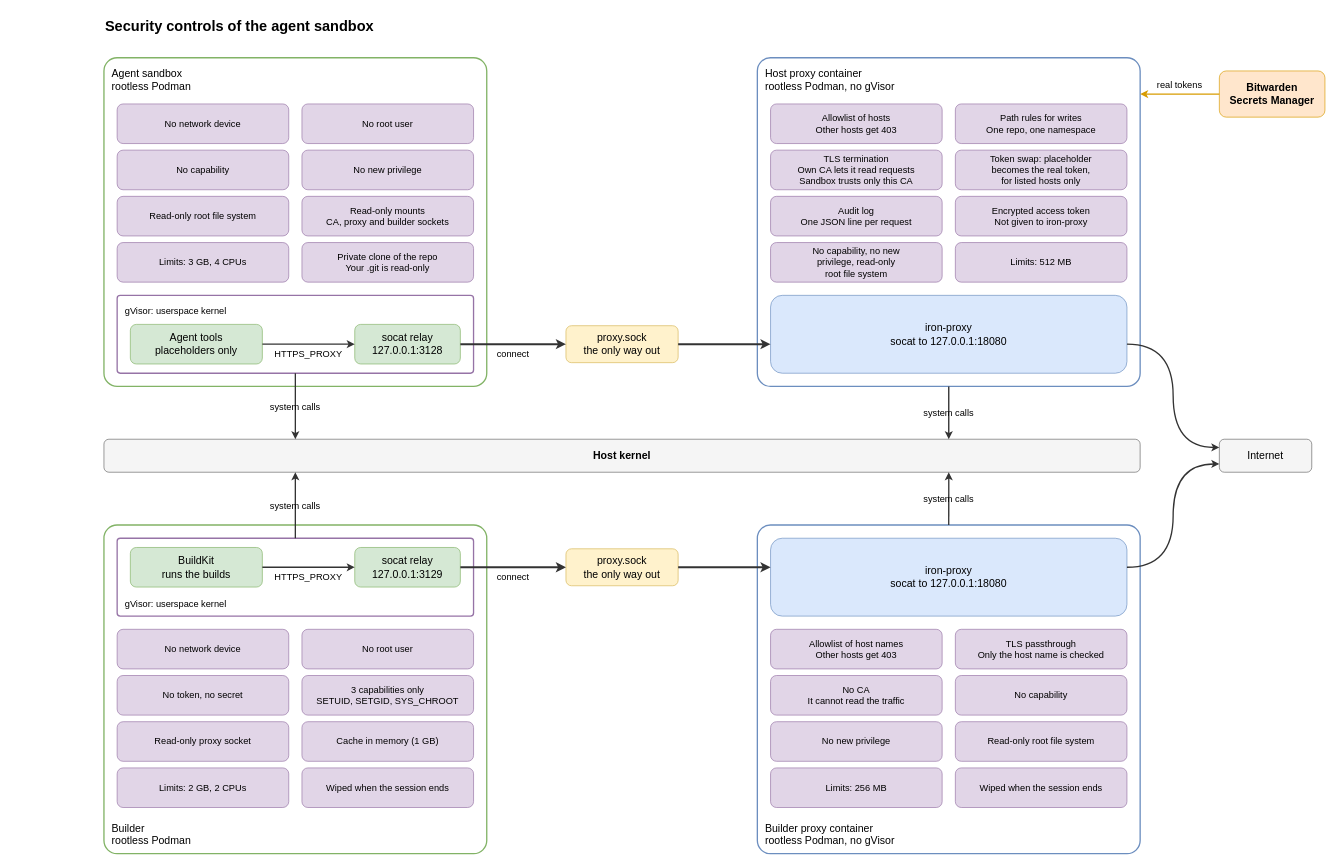
The draw.io diagram .sandbox/docs/diagrams/security-controls.drawio in raghav19/engineersdaybook, before the edit. Source tidied: cells renumbered, new cells numbered last; positions are measured from the earlier drawing's top-left corner, leaving out a move shared by most shapes. Both pictures are drawn from the tidied source at 66%, with x=0, y=0 at pixel (104, 11).
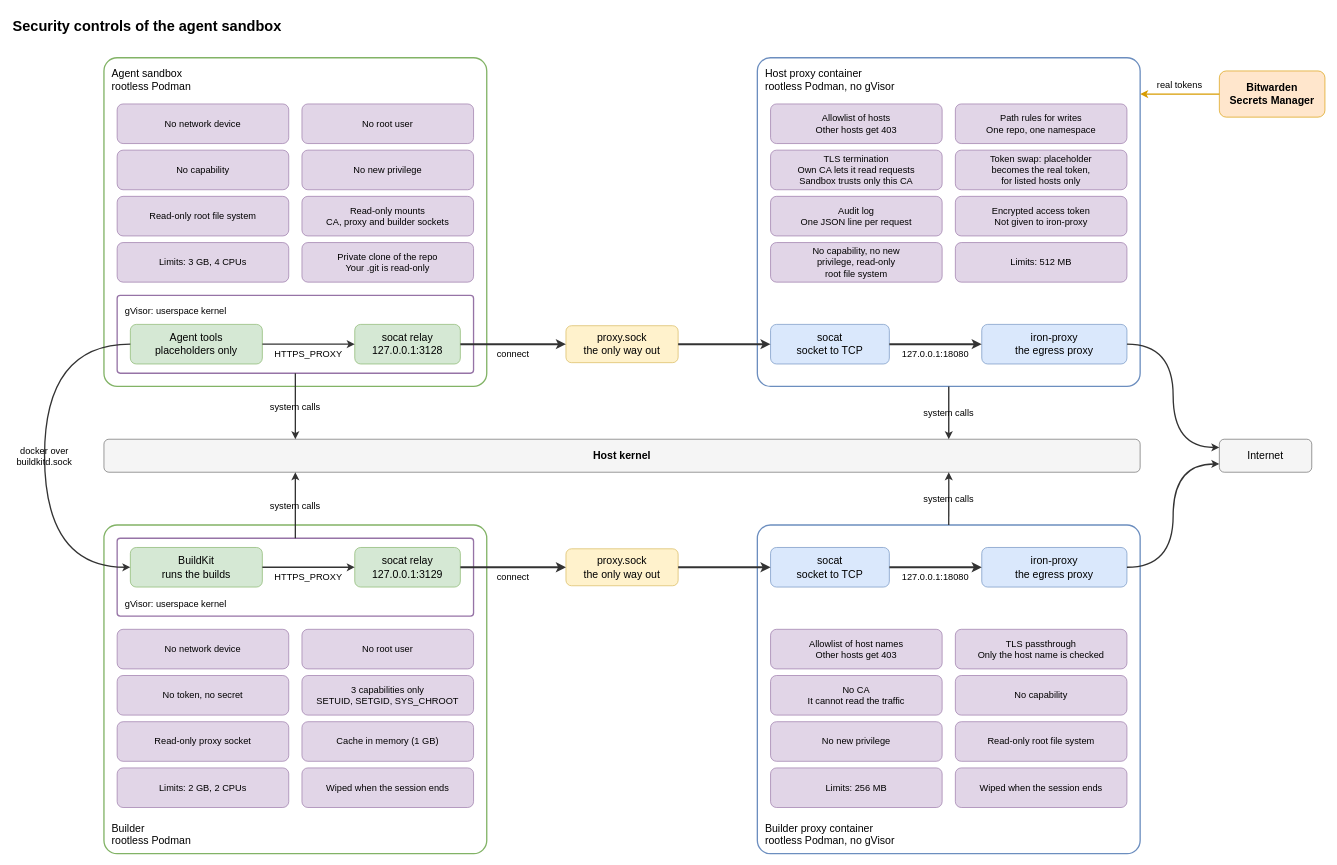
After the change.

Commit message (it also covers changes not shown here):
sandbox: split socat and iron-proxy and add the docker link to the builder

Each proxy container shows socat and iron-proxy as two boxes. A line at
the left joins docker in the agent sandbox to BuildKit in the builder
over buildkitd.sock. It goes around the host kernel box.

The change refers to these unchanged cells:
```xml
<mxCell id="33" value="Agent tools&#10;placeholders only" style="rounded=1;whiteSpace=wrap;html=0;fontSize=16;fillColor=#d5e8d4;strokeColor=#82b366;" parent="1" vertex="1">
  <mxGeometry x="40" y="474" width="200" height="60" as="geometry" />
</mxCell>
<mxCell id="45" value="BuildKit&#10;runs the builds" style="rounded=1;whiteSpace=wrap;html=0;fontSize=16;fillColor=#d5e8d4;strokeColor=#82b366;" parent="1" vertex="1">
  <mxGeometry x="40" y="812" width="200" height="60" as="geometry" />
</mxCell>
<mxCell id="47" value="proxy.sock&#10;the only way out" style="rounded=1;whiteSpace=wrap;html=0;fontSize=16;fillColor=#fff2cc;strokeColor=#d6b656;" parent="1" vertex="1">
  <mxGeometry x="700" y="476" width="170" height="56" as="geometry" />
</mxCell>
<mxCell id="48" value="proxy.sock&#10;the only way out" style="rounded=1;whiteSpace=wrap;html=0;fontSize=16;fillColor=#fff2cc;strokeColor=#d6b656;" parent="1" vertex="1">
  <mxGeometry x="700" y="814" width="170" height="56" as="geometry" />
</mxCell>
<mxCell id="51" value="Internet" style="rounded=1;whiteSpace=wrap;html=0;fontSize=16;fillColor=#f5f5f5;strokeColor=#666666;" parent="1" vertex="1">
  <mxGeometry x="1690" y="648" width="140" height="50" as="geometry" />
</mxCell>
```

Diff of the diagram source:
```diff
@@
     <mxCell id="2" value="Security controls of the agent sandbox" style="text;html=0;fontSize=22;fontStyle=1;align=left;verticalAlign=middle;" parent="1" vertex="1">
-      <mxGeometry width="700" height="40" as="geometry" />
+      <mxGeometry x="-140" width="700" height="40" as="geometry" />
     </mxCell>
@@
-    <mxCell id="4" value="iron-proxy&#10;socat to 127.0.0.1:18080" style="rounded=1;whiteSpace=wrap;html=0;fontSize=16;fillColor=#dae8fc;strokeColor=#6c8ebf;" parent="1" vertex="1">
-      <mxGeometry x="1010" y="430" width="540" height="118" as="geometry" />
-    </mxCell>
+    <mxCell id="65" value="socat&#10;socket to TCP" style="rounded=1;whiteSpace=wrap;html=0;fontSize=16;fillColor=#dae8fc;strokeColor=#6c8ebf;" parent="1" vertex="1">
+      <mxGeometry x="1010" y="474" width="180" height="60" as="geometry" />
+    </mxCell>
@@
+    <mxCell id="4" value="iron-proxy&#10;the egress proxy" style="rounded=1;whiteSpace=wrap;html=0;fontSize=16;fillColor=#dae8fc;strokeColor=#6c8ebf;" parent="1" vertex="1">
+      <mxGeometry x="1330" y="474" width="220" height="60" as="geometry" />
+    </mxCell>
@@
-    <mxCell id="14" value="iron-proxy&#10;socat to 127.0.0.1:18080" style="rounded=1;whiteSpace=wrap;html=0;fontSize=16;fillColor=#dae8fc;strokeColor=#6c8ebf;" parent="1" vertex="1">
-      <mxGeometry x="1010" y="798" width="540" height="118" as="geometry" />
-    </mxCell>
+    <mxCell id="66" value="socat&#10;socket to TCP" style="rounded=1;whiteSpace=wrap;html=0;fontSize=16;fillColor=#dae8fc;strokeColor=#6c8ebf;" parent="1" vertex="1">
+      <mxGeometry x="1010" y="812" width="180" height="60" as="geometry" />
+    </mxCell>
@@
+    <mxCell id="14" value="iron-proxy&#10;the egress proxy" style="rounded=1;whiteSpace=wrap;html=0;fontSize=16;fillColor=#dae8fc;strokeColor=#6c8ebf;" parent="1" vertex="1">
+      <mxGeometry x="1330" y="812" width="220" height="60" as="geometry" />
+    </mxCell>
@@
-    <mxCell id="54" style="edgeStyle=orthogonalEdgeStyle;rounded=1;curved=1;html=0;labelBackgroundColor=none;defaultLabelBackgroundColor=gap;fontSize=14;strokeWidth=3;strokeColor=#333333;exitX=1;exitY=0.5;exitDx=0;exitDy=0;entryX=0;entryY=0.6271;entryDx=0;entryDy=0;" parent="1" edge="1" source="47" target="4">
+    <mxCell id="54" style="edgeStyle=orthogonalEdgeStyle;rounded=1;curved=1;html=0;labelBackgroundColor=none;defaultLabelBackgroundColor=gap;fontSize=14;strokeWidth=3;strokeColor=#333333;exitX=1;exitY=0.5;exitDx=0;exitDy=0;entryX=0;entryY=0.5;entryDx=0;entryDy=0;" parent="1" edge="1" source="47" target="65">
       <mxGeometry y="-14" relative="1" as="geometry" />
     </mxCell>
+    <mxCell id="67" value="127.0.0.1:18080" style="edgeStyle=orthogonalEdgeStyle;rounded=1;curved=1;html=0;labelBackgroundColor=none;defaultLabelBackgroundColor=gap;fontSize=14;strokeWidth=3;strokeColor=#333333;exitX=1;exitY=0.5;exitDx=0;exitDy=0;entryX=0;entryY=0.5;entryDx=0;entryDy=0;" parent="1" edge="1" source="65" target="4">
+      <mxGeometry y="-14" relative="1" as="geometry" />
+    </mxCell>
-    <mxCell id="55" style="edgeStyle=orthogonalEdgeStyle;rounded=1;curved=1;html=0;labelBackgroundColor=none;defaultLabelBackgroundColor=gap;fontSize=14;strokeWidth=2;strokeColor=#333333;exitX=1;exitY=0.6271;exitDx=0;exitDy=0;entryX=0;entryY=0.25;entryDx=0;entryDy=0;" parent="1" edge="1" source="4" target="51">
+    <mxCell id="55" style="edgeStyle=orthogonalEdgeStyle;rounded=1;curved=1;html=0;labelBackgroundColor=none;defaultLabelBackgroundColor=gap;fontSize=14;strokeWidth=2;strokeColor=#333333;exitX=1;exitY=0.5;exitDx=0;exitDy=0;entryX=0;entryY=0.25;entryDx=0;entryDy=0;" parent="1" edge="1" source="4" target="51">
       <mxGeometry y="-14" relative="1" as="geometry" />
     </mxCell>
@@
-    <mxCell id="59" style="edgeStyle=orthogonalEdgeStyle;rounded=1;curved=1;html=0;labelBackgroundColor=none;defaultLabelBackgroundColor=gap;fontSize=14;strokeWidth=3;strokeColor=#333333;exitX=1;exitY=0.5;exitDx=0;exitDy=0;entryX=0;entryY=0.3729;entryDx=0;entryDy=0;" parent="1" edge="1" source="48" target="14">
+    <mxCell id="59" style="edgeStyle=orthogonalEdgeStyle;rounded=1;curved=1;html=0;labelBackgroundColor=none;defaultLabelBackgroundColor=gap;fontSize=14;strokeWidth=3;strokeColor=#333333;exitX=1;exitY=0.5;exitDx=0;exitDy=0;entryX=0;entryY=0.5;entryDx=0;entryDy=0;" parent="1" edge="1" source="48" target="66">
       <mxGeometry y="-14" relative="1" as="geometry" />
     </mxCell>
+    <mxCell id="68" value="127.0.0.1:18080" style="edgeStyle=orthogonalEdgeStyle;rounded=1;curved=1;html=0;labelBackgroundColor=none;defaultLabelBackgroundColor=gap;fontSize=14;strokeWidth=3;strokeColor=#333333;exitX=1;exitY=0.5;exitDx=0;exitDy=0;entryX=0;entryY=0.5;entryDx=0;entryDy=0;" parent="1" edge="1" source="66" target="14">
+      <mxGeometry y="-14" relative="1" as="geometry" />
+    </mxCell>
-    <mxCell id="60" style="edgeStyle=orthogonalEdgeStyle;rounded=1;curved=1;html=0;labelBackgroundColor=none;defaultLabelBackgroundColor=gap;fontSize=14;strokeWidth=2;strokeColor=#333333;exitX=1;exitY=0.3729;exitDx=0;exitDy=0;entryX=0;entryY=0.75;entryDx=0;entryDy=0;" parent="1" edge="1" source="14" target="51">
+    <mxCell id="60" style="edgeStyle=orthogonalEdgeStyle;rounded=1;curved=1;html=0;labelBackgroundColor=none;defaultLabelBackgroundColor=gap;fontSize=14;strokeWidth=2;strokeColor=#333333;exitX=1;exitY=0.5;exitDx=0;exitDy=0;entryX=0;entryY=0.75;entryDx=0;entryDy=0;" parent="1" edge="1" source="14" target="51">
       <mxGeometry y="-14" relative="1" as="geometry" />
     </mxCell>
+    <mxCell id="69" value="docker over&#10;buildkitd.sock" style="edgeStyle=orthogonalEdgeStyle;rounded=1;curved=1;html=0;labelBackgroundColor=none;defaultLabelBackgroundColor=gap;fontSize=14;strokeWidth=2;strokeColor=#333333;exitX=0;exitY=0.5;exitDx=0;exitDy=0;entryX=0;entryY=0.5;entryDx=0;entryDy=0;" parent="1" edge="1" source="33" target="45">
+      <mxGeometry relative="1" as="geometry">
+        <Array as="points">
+          <mxPoint x="-90" y="504" />
+          <mxPoint x="-90" y="842" />
+        </Array>
+      </mxGeometry>
+    </mxCell>
```
